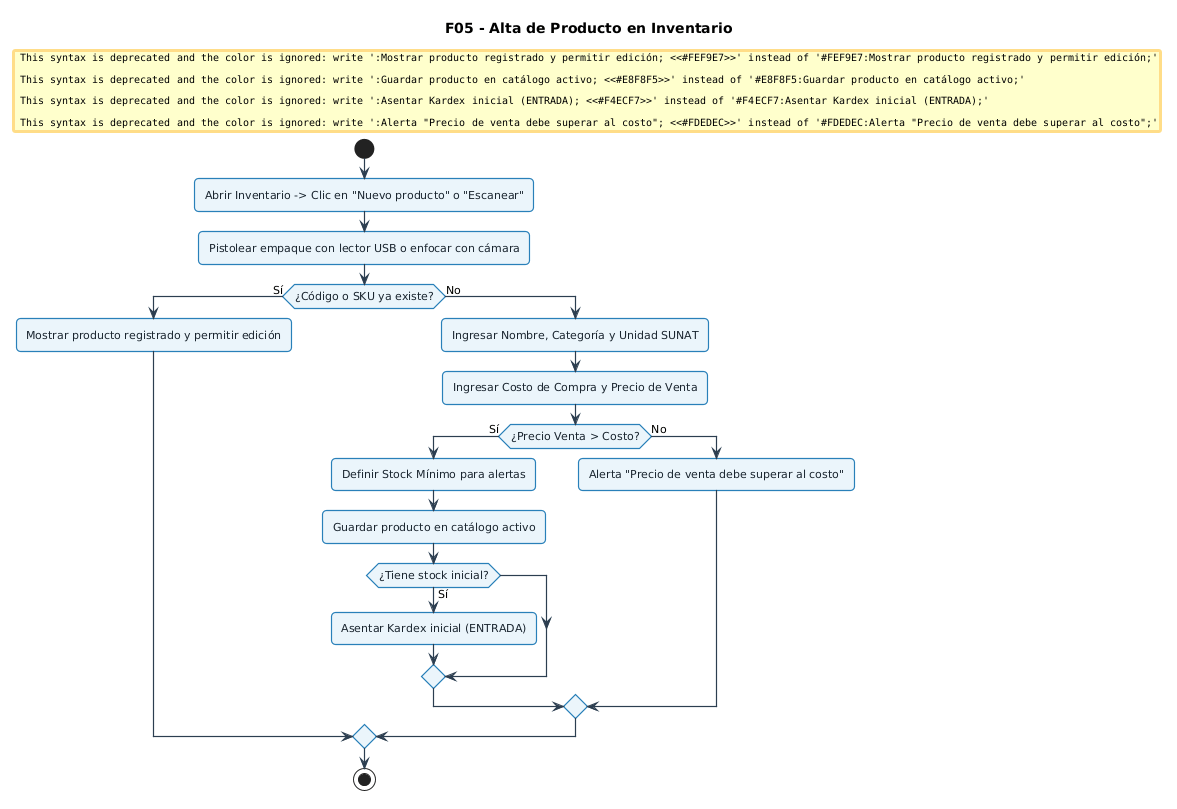
The PlantUML diagram docs/UML-flujos/imagenes/05_inventario_escaner_catalogo.png in xmenil/ERP-KIPUS, before a commit.
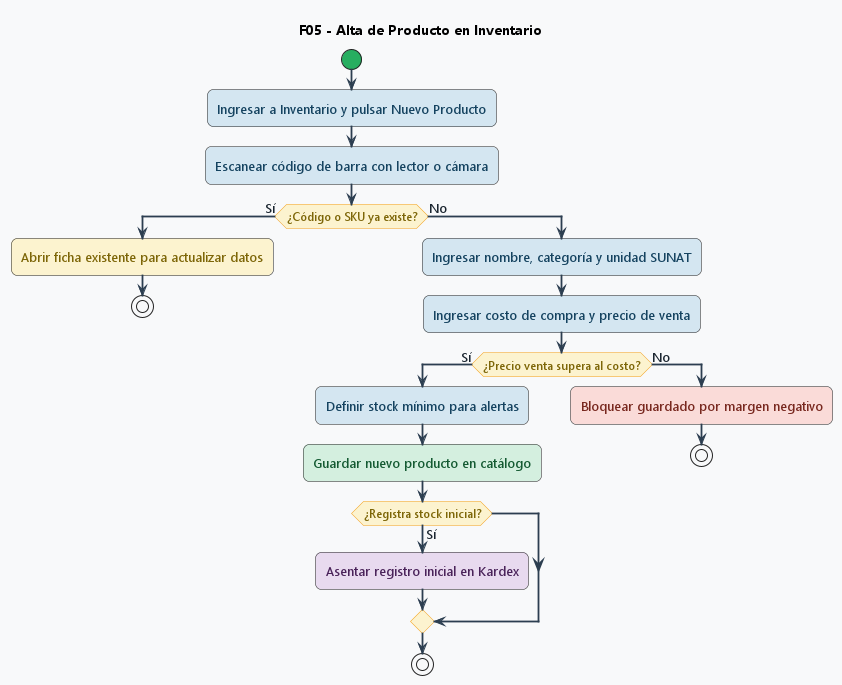
After the commit.

Diff of the diagram source:
```diff
@@ -1,50 +1,75 @@
 @startuml
+<style>
+activityDiagram {
+  BackgroundColor #F8F9FA
+  BorderColor #2C3E50
+  FontColor #1A252F
+  FontSize 13
+  FontName "Segoe UI", Arial, sans-serif
+  RoundCorner 12
+  Padding 10
+  Margin 8
+
+  .verde {
+    BackgroundColor #D4EFDF
+    BorderColor #27AE60
+    FontColor #145A32
+  }
+  .amarillo {
+    BackgroundColor #FCF3CF
+    BorderColor #F39C12
+    FontColor #7D6608
+  }
+  .azul {
+    BackgroundColor #D4E6F1
+    BorderColor #2980B9
+    FontColor #154360
+  }
+  .morado {
+    BackgroundColor #E8DAEF
+    BorderColor #8E44AD
+    FontColor #4A235A
+  }
+  .rojo {
+    BackgroundColor #FADBD8
+    BorderColor #C0392B
+    FontColor #78281F
+  }
+}
+</style>
+
 skinparam defaultFontName "Segoe UI", Arial, sans-serif
-skinparam defaultFontSize 11
-skinparam roundCorner 8
-skinparam shadowing false
 skinparam ArrowColor #2C3E50
-skinparam ArrowThickness 1.2
-
-skinparam activity {
-  BackgroundColor #EBF5FB
-  BorderColor #2980B9
-  BorderThickness 1.2
-  FontColor #1A252F
-}
-skinparam decision {
-  BackgroundColor #FEF9E7
-  BorderColor #F39C12
-  BorderThickness 1.2
-  FontColor #7D6608
-}
-skinparam start {
-  Color #27AE60
-}
-skinparam stop {
-  Color #C0392B
-}
+skinparam ArrowThickness 1.8
+skinparam activityStartColor #27AE60
+skinparam activityEndColor #C0392B
+skinparam activityDiamondBackgroundColor #FCF3CF
+skinparam activityDiamondBorderColor #F39C12
+skinparam activityDiamondFontColor #7D6608
+skinparam activityDiamondFontSize 12
 
 title F05 - Alta de Producto en Inventario
 
 start
-:Abrir Inventario -> Clic en "Nuevo producto" o "Escanear";
-:Pistolear empaque con lector USB o enfocar con cámara;
+:Ingresar a Inventario y pulsar Nuevo Producto; <<azul>>
+:Escanear código de barra con lector o cámara; <<azul>>
 
 if (¿Código o SKU ya existe?) then (Sí)
-  #FEF9E7:Mostrar producto registrado y permitir edición;
+  :Abrir ficha existente para actualizar datos; <<amarillo>>
+  stop
 else (No)
-  :Ingresar Nombre, Categoría y Unidad SUNAT;
-  :Ingresar Costo de Compra y Precio de Venta;
-  if (¿Precio Venta > Costo?) then (Sí)
-    :Definir Stock Mínimo para alertas;
-    #E8F8F5:Guardar producto en catálogo activo;
-    if (¿Tiene stock inicial?) then (Sí)
-      #F4ECF7:Asentar Kardex inicial (ENTRADA);
+  :Ingresar nombre, categoría y unidad SUNAT; <<azul>>
+  :Ingresar costo de compra y precio de venta; <<azul>>
+  if (¿Precio venta supera al costo?) then (Sí)
+    :Definir stock mínimo para alertas; <<azul>>
+    :Guardar nuevo producto en catálogo; <<verde>>
+    if (¿Registra stock inicial?) then (Sí)
+      :Asentar registro inicial en Kardex; <<morado>>
     endif
+    stop
   else (No)
-    #FDEDEC:Alerta "Precio de venta debe superar al costo";
+    :Bloquear guardado por margen negativo; <<rojo>>
+    stop
   endif
 endif
-stop
 @enduml
```
